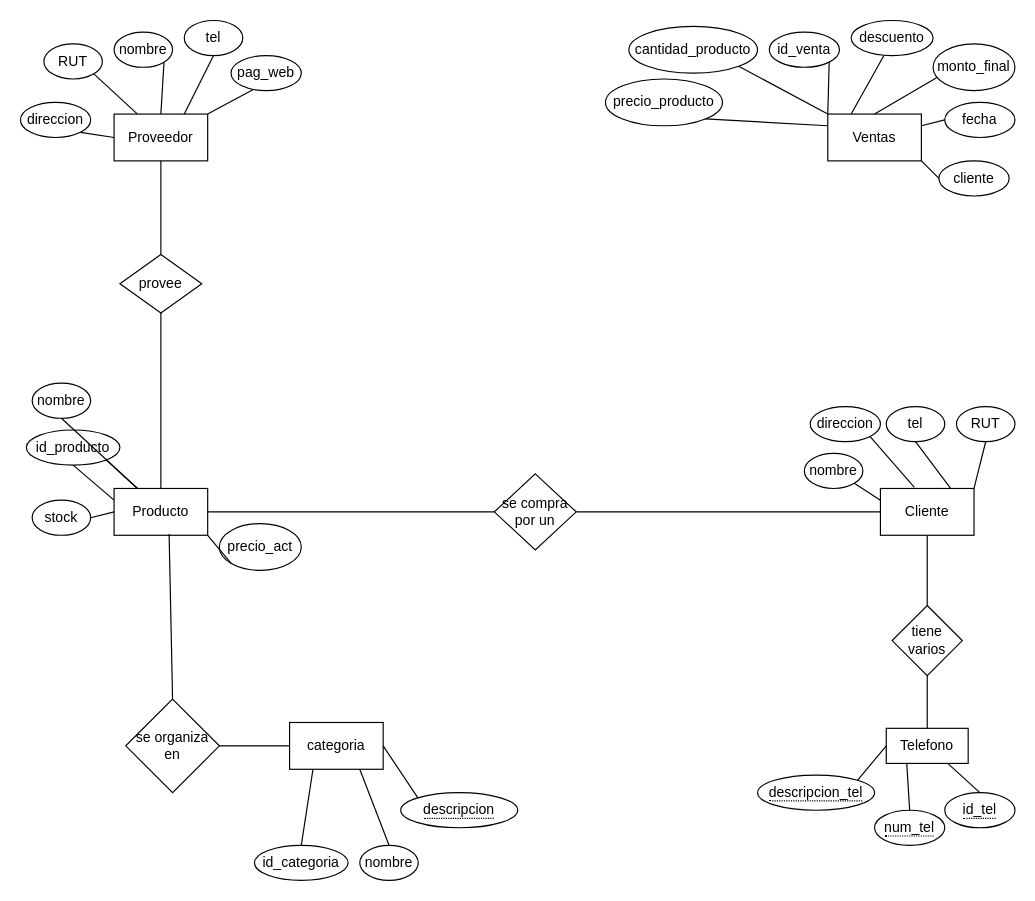
Mabeth3105/Diagramas keeps this draw.io diagram as Untitled Diagram.drawio. Above is the earlier version. Source tidied: cells renumbered, new cells numbered last; positions are measured from the earlier drawing's top-left corner, leaving out a move shared by most shapes. Both pictures are drawn from the tidied source at 117%, with x=0, y=0 at pixel (20, 20).
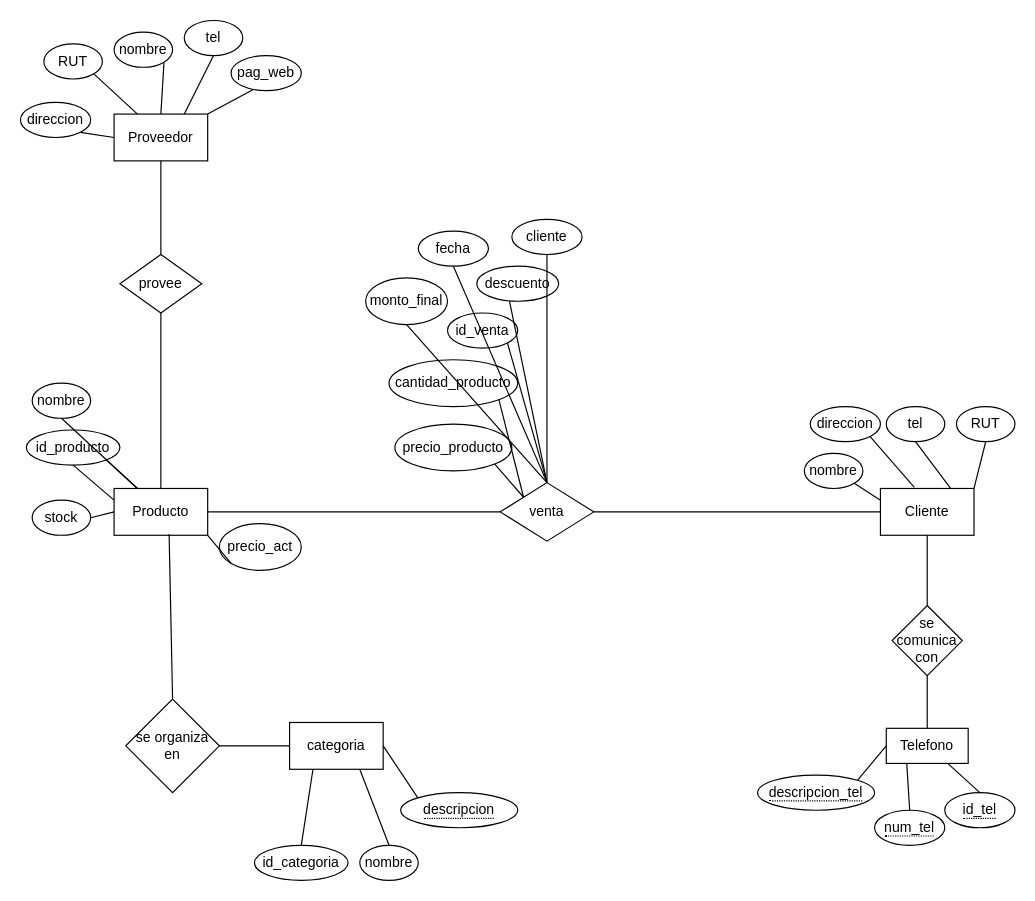
The same diagram, later.

Unchanged cells that the change refers to:
```xml
<mxCell id="3" value="Cliente" style="rounded=0;whiteSpace=wrap;html=1;" parent="1" vertex="1">
  <mxGeometry x="735" y="400" width="80" height="40" as="geometry" />
</mxCell>
```

Diff of the diagram source:
```diff
@@
-    <mxCell id="5" value="Ventas" style="rounded=0;whiteSpace=wrap;html=1;" parent="1" vertex="1">
-      <mxGeometry x="690" y="80" width="80" height="40" as="geometry" />
-    </mxCell>
@@
     <mxCell id="18" value="id_venta" style="ellipse;whiteSpace=wrap;html=1;" parent="1" vertex="1">
-      <mxGeometry x="640" y="10" width="60" height="30" as="geometry" />
+      <mxGeometry x="365" y="250" width="60" height="30" as="geometry" />
     </mxCell>
     <mxCell id="19" value="fecha" style="ellipse;whiteSpace=wrap;html=1;" parent="1" vertex="1">
-      <mxGeometry x="790" y="70" width="60" height="30" as="geometry" />
+      <mxGeometry x="340" y="180" width="60" height="30" as="geometry" />
     </mxCell>
     <mxCell id="20" value="cliente" style="ellipse;whiteSpace=wrap;html=1;" parent="1" vertex="1">
-      <mxGeometry x="785" y="120" width="60" height="30" as="geometry" />
+      <mxGeometry x="420" y="170" width="60" height="30" as="geometry" />
     </mxCell>
@@
     <mxCell id="22" value="descuento" style="ellipse;whiteSpace=wrap;html=1;" parent="1" vertex="1">
-      <mxGeometry x="710" width="70" height="30" as="geometry" />
+      <mxGeometry x="390" y="210" width="70" height="30" as="geometry" />
     </mxCell>
     <mxCell id="23" value="monto_final" style="ellipse;whiteSpace=wrap;html=1;" parent="1" vertex="1">
-      <mxGeometry x="780" y="20" width="70" height="40" as="geometry" />
+      <mxGeometry x="295" y="220" width="70" height="40" as="geometry" />
     </mxCell>
@@
     <mxCell id="45" value="precio_producto" style="ellipse;whiteSpace=wrap;html=1;" parent="1" vertex="1">
-      <mxGeometry x="500" y="50" width="100" height="40" as="geometry" />
+      <mxGeometry x="320" y="345" width="100" height="40" as="geometry" />
     </mxCell>
     <mxCell id="46" value="cantidad_producto" style="ellipse;whiteSpace=wrap;html=1;" parent="1" vertex="1">
-      <mxGeometry x="520" y="5" width="110" height="40" as="geometry" />
+      <mxGeometry x="315" y="290" width="110" height="40" as="geometry" />
     </mxCell>
-    <mxCell id="47" value="se compra por un" style="rhombus;whiteSpace=wrap;html=1;" parent="1" vertex="1">
-      <mxGeometry x="405" y="387.5" width="70" height="65" as="geometry" />
-    </mxCell>
-    <mxCell id="48" style="endArrow=none;html=1;entryX=0;entryY=0.5;entryDx=0;entryDy=0;exitX=1;exitY=0.5;exitDx=0;exitDy=0;" parent="1" edge="1" source="47" target="3">
+    <mxCell id="48" style="endArrow=none;html=1;entryX=0;entryY=0.5;entryDx=0;entryDy=0;exitX=1;exitY=0.5;exitDx=0;exitDy=0;" parent="1" edge="1" source="73" target="3">
       <mxGeometry relative="1" as="geometry" />
     </mxCell>
-    <mxCell id="49" style="endArrow=none;html=1;entryX=0;entryY=0.5;entryDx=0;entryDy=0;" parent="1" edge="1" target="47">
+    <mxCell id="49" style="endArrow=none;html=1;entryX=0;entryY=0.5;entryDx=0;entryDy=0;" parent="1" edge="1" target="73">
       <mxGeometry relative="1" as="geometry">
         <mxPoint x="160" y="420" as="sourcePoint" />
       </mxGeometry>
     </mxCell>
-    <mxCell id="50" style="endArrow=none;html=1;entryX=1;entryY=1;entryDx=0;entryDy=0;exitX=0;exitY=0.25;exitDx=0;exitDy=0;" parent="1" edge="1" source="5" target="45">
+    <mxCell id="50" style="endArrow=none;html=1;entryX=1;entryY=1;entryDx=0;entryDy=0;exitX=0;exitY=0;exitDx=0;exitDy=0;" parent="1" edge="1" source="73" target="45">
       <mxGeometry relative="1" as="geometry" />
     </mxCell>
-    <mxCell id="51" style="endArrow=none;html=1;entryX=1;entryY=1;entryDx=0;entryDy=0;exitX=0;exitY=0;exitDx=0;exitDy=0;" parent="1" edge="1" source="5" target="46">
+    <mxCell id="51" style="endArrow=none;html=1;entryX=1;entryY=1;entryDx=0;entryDy=0;exitX=0;exitY=0;exitDx=0;exitDy=0;" parent="1" edge="1" source="73" target="46">
       <mxGeometry relative="1" as="geometry" />
     </mxCell>
-    <mxCell id="52" style="endArrow=none;html=1;entryX=1;entryY=1;entryDx=0;entryDy=0;exitX=0;exitY=0;exitDx=0;exitDy=0;" parent="1" edge="1" source="5" target="18">
+    <mxCell id="52" style="endArrow=none;html=1;entryX=1;entryY=1;entryDx=0;entryDy=0;exitX=0.5;exitY=0;exitDx=0;exitDy=0;" parent="1" edge="1" source="73" target="18">
       <mxGeometry relative="1" as="geometry" />
     </mxCell>
-    <mxCell id="53" style="endArrow=none;html=1;entryX=0.4;entryY=1;entryDx=0;entryDy=0;entryPerimeter=0;exitX=0.25;exitY=0;exitDx=0;exitDy=0;" parent="1" edge="1" source="5" target="22">
+    <mxCell id="53" style="endArrow=none;html=1;entryX=0.4;entryY=1;entryDx=0;entryDy=0;entryPerimeter=0;exitX=0.5;exitY=0;exitDx=0;exitDy=0;" parent="1" edge="1" source="73" target="22">
       <mxGeometry relative="1" as="geometry" />
     </mxCell>
-    <mxCell id="54" style="endArrow=none;html=1;entryX=0.043;entryY=0.725;entryDx=0;entryDy=0;entryPerimeter=0;exitX=0.5;exitY=0;exitDx=0;exitDy=0;" parent="1" edge="1" source="5" target="23">
+    <mxCell id="54" style="endArrow=none;html=1;entryX=0.5;entryY=1;entryDx=0;entryDy=0;exitX=0.5;exitY=0;exitDx=0;exitDy=0;" parent="1" edge="1" source="73" target="23">
       <mxGeometry relative="1" as="geometry" />
     </mxCell>
-    <mxCell id="55" style="endArrow=none;html=1;entryX=0;entryY=0.5;entryDx=0;entryDy=0;" parent="1" edge="1" target="19">
-      <mxGeometry relative="1" as="geometry">
-        <mxPoint x="770" y="90" as="sourcePoint" />
-      </mxGeometry>
+    <mxCell id="55" style="endArrow=none;html=1;entryX=0.5;entryY=1;entryDx=0;entryDy=0;exitX=0.5;exitY=0;exitDx=0;exitDy=0;" parent="1" edge="1" source="73" target="19">
+      <mxGeometry relative="1" as="geometry" />
     </mxCell>
-    <mxCell id="56" style="endArrow=none;html=1;entryX=0;entryY=0.5;entryDx=0;entryDy=0;exitX=1;exitY=1;exitDx=0;exitDy=0;" parent="1" edge="1" source="5" target="20">
+    <mxCell id="56" style="endArrow=none;html=1;entryX=0.5;entryY=1;entryDx=0;entryDy=0;exitX=0.5;exitY=0;exitDx=0;exitDy=0;" parent="1" edge="1" source="73" target="20">
       <mxGeometry relative="1" as="geometry" />
     </mxCell>
@@
-    <mxCell id="61" value="tiene varios" style="rhombus;whiteSpace=wrap;html=1;" parent="1" vertex="1">
+    <mxCell id="61" value="se comunica con" style="rhombus;whiteSpace=wrap;html=1;" parent="1" vertex="1">
       <mxGeometry x="745" y="500" width="60" height="60" as="geometry" />
     </mxCell>
@@
+    <mxCell id="73" value="venta" style="shape=rhombus;perimeter=rhombusPerimeter;whiteSpace=wrap;html=1;align=center;" parent="1" vertex="1">
+      <mxGeometry x="410" y="395" width="80" height="50" as="geometry" />
+    </mxCell>
```
